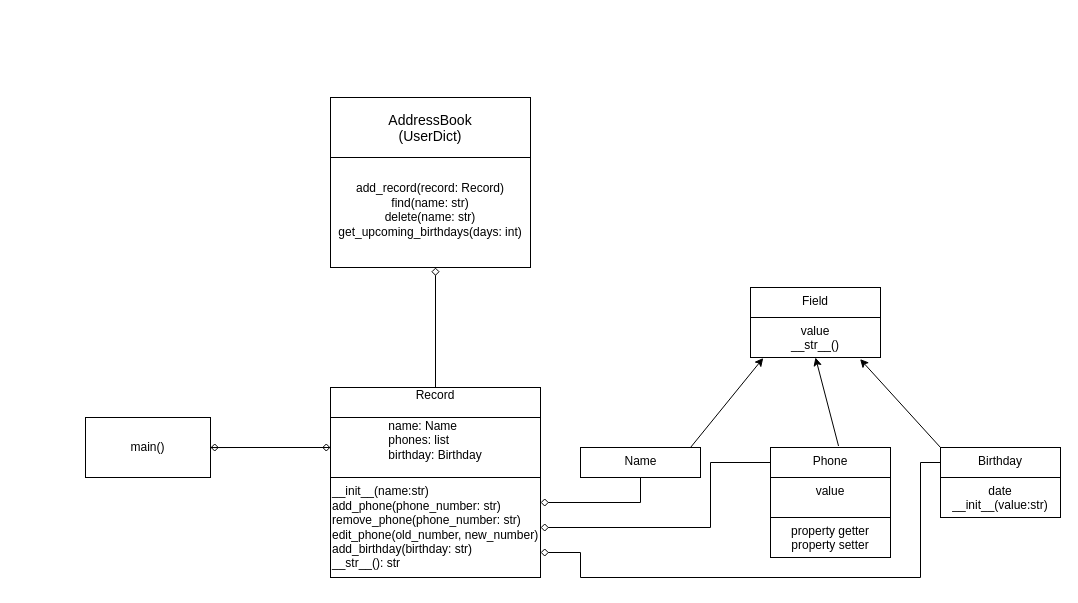
Above: Диаграмма без названия.drawio in andriisemeniuta/goit-pyweb2.0-01 (draw.io), before the change. Source tidied: cells renumbered, new cells numbered last; positions are measured from the earlier drawing's top-left corner, leaving out a move shared by most shapes. Both pictures are drawn from the tidied source at 100%, with x=0, y=0 at pixel (85, 97).
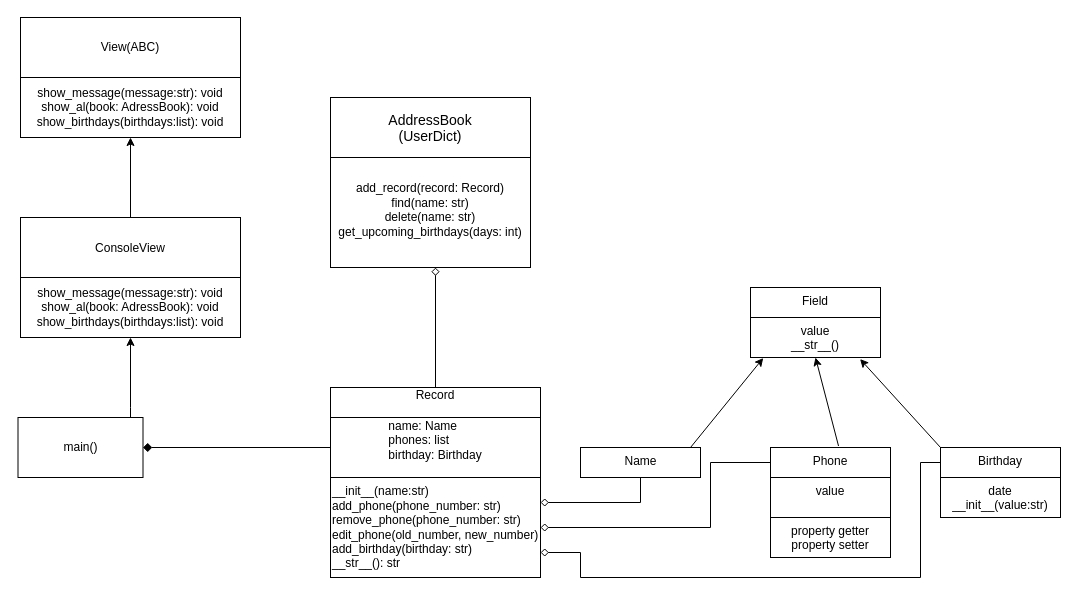
The same diagram, later.

The change refers to these unchanged cells:
```xml
<mxCell id="22" value="&lt;div style=&quot;text-align: left;&quot;&gt;name: Name&lt;/div&gt;&lt;div style=&quot;text-align: left;&quot;&gt;phones: list&lt;/div&gt;&lt;div style=&quot;text-align: left;&quot;&gt;birthday: Birthday&lt;/div&gt;&lt;div&gt;&lt;br&gt;&lt;/div&gt;" style="whiteSpace=wrap;html=1;rounded=0;" parent="1" vertex="1">
  <mxGeometry x="245" y="320" width="210" height="60" as="geometry" />
</mxCell>
```

Change to the diagram source:
```diff
@@
-    <mxCell id="20" style="edgeStyle=orthogonalEdgeStyle;rounded=0;jettySize=auto;html=1;exitX=0;exitY=0.5;exitDx=0;exitDy=0;endArrow=diamond;endFill=1;endSize=7;" parent="1" edge="1" source="22">
-      <mxGeometry relative="1" as="geometry">
-        <mxPoint x="65" y="350.2" as="targetPoint" />
-      </mxGeometry>
+    <mxCell id="20" style="edgeStyle=orthogonalEdgeStyle;rounded=0;jettySize=auto;html=1;exitX=0;exitY=0.5;exitDx=0;exitDy=0;endArrow=diamond;endFill=1;endSize=7;entryX=1;entryY=0.5;entryDx=0;entryDy=0;" parent="1" edge="1" source="22" target="27">
+      <mxGeometry relative="1" as="geometry" />
     </mxCell>
-    <mxCell id="21" style="edgeStyle=orthogonalEdgeStyle;rounded=0;jettySize=auto;html=1;endArrow=diamond;endFill=0;" parent="1" edge="1" source="22" target="27">
-      <mxGeometry relative="1" as="geometry" />
-    </mxCell>
@@
-    <mxCell id="26" style="edgeStyle=orthogonalEdgeStyle;rounded=0;orthogonalLoop=1;jettySize=auto;html=1;exitX=1;exitY=0.25;exitDx=0;exitDy=0;entryX=0;entryY=0.25;entryDx=0;entryDy=0;endArrow=diamond;endFill=0;" parent="1" edge="1">
-      <mxGeometry relative="1" as="geometry">
-        <mxPoint x="125" y="350" as="sourcePoint" />
-        <mxPoint x="245" y="350" as="targetPoint" />
-      </mxGeometry>
-    </mxCell>
+    <mxCell id="28" style="edgeStyle=orthogonalEdgeStyle;rounded=0;jettySize=auto;html=1;" parent="1" edge="1" source="27" target="29">
+      <mxGeometry relative="1" as="geometry">
+        <Array as="points">
+          <mxPoint x="45" y="310" />
+          <mxPoint x="45" y="310" />
+        </Array>
+      </mxGeometry>
+    </mxCell>
     <mxCell id="27" value="main()" style="whiteSpace=wrap;html=1;rounded=0;" parent="1" vertex="1">
-      <mxGeometry y="320" width="125" height="60" as="geometry" />
+      <mxGeometry x="-67.5" y="320" width="125" height="60" as="geometry" />
     </mxCell>
+    <mxCell id="29" value="show_message(message:str): void&lt;div&gt;show_al(book: AdressBook): void&lt;br&gt;&lt;/div&gt;&lt;div&gt;show_birthdays(birthdays:list): void&lt;/div&gt;" style="whiteSpace=wrap;html=1;rounded=0;" parent="1" vertex="1">
+      <mxGeometry x="-65" y="180" width="220" height="60" as="geometry" />
+    </mxCell>
+    <mxCell id="30" style="edgeStyle=orthogonalEdgeStyle;rounded=0;jettySize=auto;html=1;exitX=0.5;exitY=0;exitDx=0;exitDy=0;entryX=0.5;entryY=1;entryDx=0;entryDy=0;" parent="1" edge="1" source="31" target="32">
+      <mxGeometry relative="1" as="geometry" />
+    </mxCell>
+    <mxCell id="31" value="&lt;p style=&quot;margin: 0px; font-style: normal; font-variant-caps: normal; font-width: normal; line-height: normal; font-size-adjust: none; font-kerning: auto; font-variant-alternates: normal; font-variant-ligatures: normal; font-variant-numeric: normal; font-variant-east-asian: normal; font-variant-position: normal; font-variant-emoji: normal; font-feature-settings: normal; font-optical-sizing: auto; font-variation-settings: normal;&quot;&gt;ConsoleView&lt;/p&gt;" style="whiteSpace=wrap;html=1;rounded=0;" parent="1" vertex="1">
+      <mxGeometry x="-65" y="120" width="220" height="60" as="geometry" />
+    </mxCell>
+    <mxCell id="32" value="show_message(message:str): void&lt;div&gt;show_al(book: AdressBook): void&lt;br&gt;&lt;/div&gt;&lt;div&gt;show_birthdays(birthdays:list): void&lt;br&gt;&lt;/div&gt;" style="whiteSpace=wrap;html=1;rounded=0;" parent="1" vertex="1">
+      <mxGeometry x="-65" y="-20" width="220" height="60" as="geometry" />
+    </mxCell>
+    <mxCell id="33" value="View(ABC)" style="whiteSpace=wrap;html=1;rounded=0;" parent="1" vertex="1">
+      <mxGeometry x="-65" y="-80" width="220" height="60" as="geometry" />
+    </mxCell>
```
